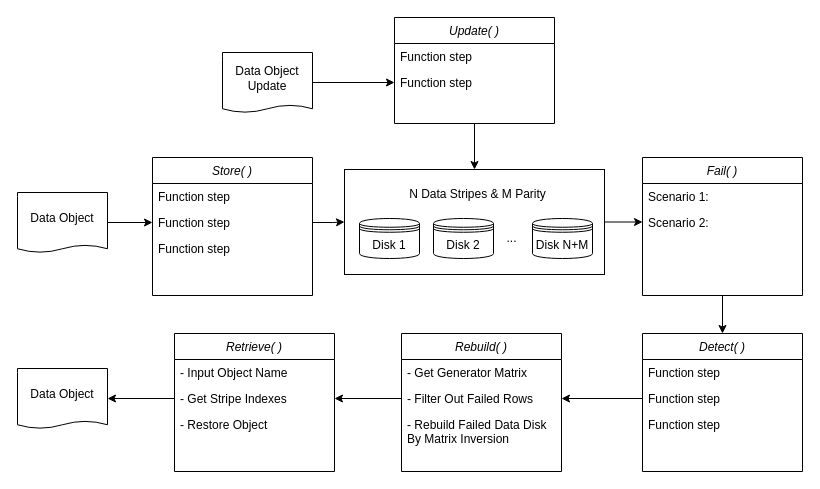
Earlier version of the draw.io diagram page "Page-1" (1 of 2) of flow.drawio (siyue-zhang/RAID6-CE7490). Source tidied: cells renumbered, new cells numbered last; positions are measured from the earlier drawing's top-left corner, leaving out a move shared by most shapes. Both pictures are drawn from the tidied source at 100%, with x=0, y=0 at pixel (17, 17).
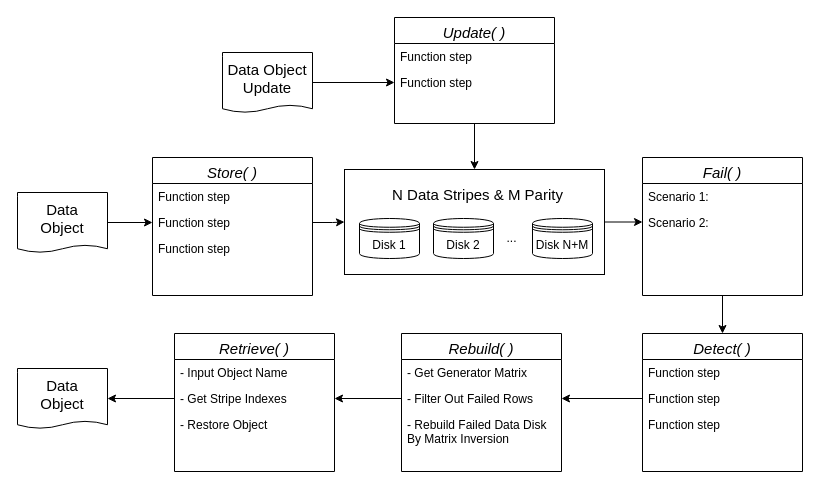
Above is the later version.

Change to the diagram source:
```diff
@@
-    <mxCell id="5" value="Store( )" style="swimlane;fontStyle=2;align=center;verticalAlign=top;horizontal=1;startSize=26;rounded=0;shadow=0;strokeWidth=1;" parent="1" vertex="1">
+    <mxCell id="5" value="Store( )" style="swimlane;fontStyle=2;align=center;verticalAlign=top;horizontal=1;startSize=26;rounded=0;shadow=0;strokeWidth=1;fontSize=15;" parent="1" vertex="1">
       <mxGeometry x="135" y="140" width="160" height="138" as="geometry" />
     </mxCell>
@@
-    <mxCell id="10" value="Data Object" style="shape=document;whiteSpace=wrap;html=1;boundedLbl=1;size=0.125;" parent="1" vertex="1">
+    <mxCell id="10" value="Data &lt;br&gt;Object" style="shape=document;whiteSpace=wrap;html=1;boundedLbl=1;size=0.125;fontSize=15;" parent="1" vertex="1">
       <mxGeometry y="175" width="90" height="60" as="geometry" />
     </mxCell>
@@
-    <mxCell id="14" value="N Data Stripes&amp;nbsp;&amp;amp; M Parity" style="text;html=1;align=center;verticalAlign=middle;fillColor=none;strokeColor=none;rounded=0;" parent="1" vertex="1">
-      <mxGeometry x="380" y="162" width="160" height="30" as="geometry" />
+    <mxCell id="14" value="N Data Stripes&amp;nbsp;&amp;amp; M Parity" style="text;html=1;align=center;verticalAlign=middle;fillColor=none;strokeColor=none;rounded=0;fontSize=15;" parent="1" vertex="1">
+      <mxGeometry x="365" y="162" width="190" height="30" as="geometry" />
     </mxCell>
@@
-    <mxCell id="16" value="Fail( )" style="swimlane;fontStyle=2;align=center;verticalAlign=top;horizontal=1;startSize=26;rounded=0;shadow=0;strokeWidth=1;" parent="1" vertex="1">
+    <mxCell id="16" value="Fail( )" style="swimlane;fontStyle=2;align=center;verticalAlign=top;horizontal=1;startSize=26;rounded=0;shadow=0;strokeWidth=1;fontSize=15;" parent="1" vertex="1">
       <mxGeometry x="625" y="140" width="160" height="138" as="geometry" />
     </mxCell>
@@
-    <mxCell id="19" value="Rebuild( )" style="swimlane;fontStyle=2;align=center;verticalAlign=top;horizontal=1;startSize=26;rounded=0;shadow=0;strokeWidth=1;" parent="1" vertex="1">
+    <mxCell id="19" value="Rebuild( )" style="swimlane;fontStyle=2;align=center;verticalAlign=top;horizontal=1;startSize=26;rounded=0;shadow=0;strokeWidth=1;fontSize=15;" parent="1" vertex="1">
       <mxGeometry x="384" y="316" width="160" height="138" as="geometry" />
     </mxCell>
@@
-    <mxCell id="23" value="Detect( )" style="swimlane;fontStyle=2;align=center;verticalAlign=top;horizontal=1;startSize=26;rounded=0;shadow=0;strokeWidth=1;" parent="1" vertex="1">
+    <mxCell id="23" value="Detect( )" style="swimlane;fontStyle=2;align=center;verticalAlign=top;horizontal=1;startSize=26;rounded=0;shadow=0;strokeWidth=1;fontSize=15;" parent="1" vertex="1">
       <mxGeometry x="625" y="316" width="160" height="138" as="geometry" />
     </mxCell>
@@
-    <mxCell id="29" value="Retrieve( )" style="swimlane;fontStyle=2;align=center;verticalAlign=top;horizontal=1;startSize=26;rounded=0;shadow=0;strokeWidth=1;" parent="1" vertex="1">
+    <mxCell id="29" value="Retrieve( )" style="swimlane;fontStyle=2;align=center;verticalAlign=top;horizontal=1;startSize=26;rounded=0;shadow=0;strokeWidth=1;fontSize=15;" parent="1" vertex="1">
       <mxGeometry x="157" y="316" width="160" height="138" as="geometry" />
     </mxCell>
@@
-    <mxCell id="34" value="Data Object" style="shape=document;whiteSpace=wrap;html=1;boundedLbl=1;size=0.125;" parent="1" vertex="1">
+    <mxCell id="34" value="Data &lt;br style=&quot;font-size: 15px;&quot;&gt;Object" style="shape=document;whiteSpace=wrap;html=1;boundedLbl=1;size=0.125;fontSize=15;" parent="1" vertex="1">
       <mxGeometry y="351" width="90" height="60" as="geometry" />
     </mxCell>
@@
-    <mxCell id="36" value="Data Object Update" style="shape=document;whiteSpace=wrap;html=1;boundedLbl=1;size=0.125;" parent="1" vertex="1">
+    <mxCell id="36" value="Data Object Update" style="shape=document;whiteSpace=wrap;html=1;boundedLbl=1;size=0.125;fontSize=15;" parent="1" vertex="1">
       <mxGeometry x="205" y="35" width="90" height="60" as="geometry" />
     </mxCell>
-    <mxCell id="37" value="Update( )" style="swimlane;fontStyle=2;align=center;verticalAlign=top;horizontal=1;startSize=26;rounded=0;shadow=0;strokeWidth=1;" parent="1" vertex="1">
+    <mxCell id="37" value="Update( )" style="swimlane;fontStyle=2;align=center;verticalAlign=top;horizontal=1;startSize=26;rounded=0;shadow=0;strokeWidth=1;fontSize=15;" parent="1" vertex="1">
       <mxGeometry x="377" width="160" height="106" as="geometry" />
     </mxCell>
```
